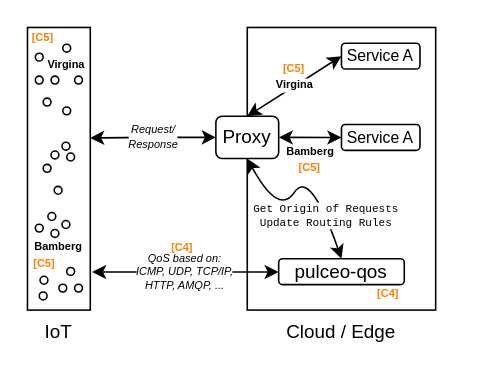
The draw.io diagram page "contributions-p-ii" (2 of 3) of src/assets/pulceo-high-level-overview.drawio in spboehm/pulceo-docs, before the edit. Source tidied: cells renumbered, new cells numbered last; positions are measured from the earlier drawing's top-left corner, leaving out a move shared by most shapes. Both pictures are drawn from the tidied source at 157%, with x=0, y=0 at pixel (27, 27).
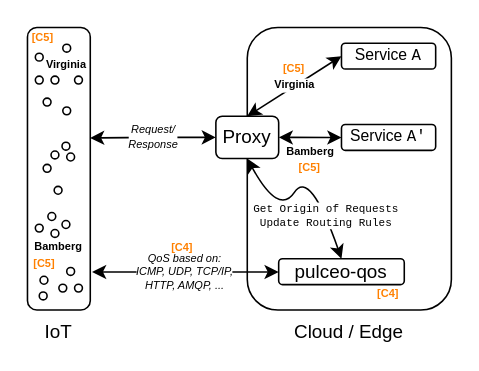
After the change.

Unchanged cells that the change refers to:
```xml
<mxCell id="30" value="Proxy" style="rounded=1;whiteSpace=wrap;html=1;labelBackgroundColor=none;fontColor=default;fillColor=default;" parent="1" vertex="1">
  <mxGeometry x="120" y="56.5" width="40" height="27" as="geometry" />
</mxCell>
```

Diff of the diagram source:
```diff
@@
-    <mxCell id="2" value="Cloud / Edge" style="rounded=0;whiteSpace=wrap;html=1;labelBackgroundColor=none;fontColor=default;labelPosition=center;verticalLabelPosition=bottom;align=center;verticalAlign=top;fillColor=none;" parent="1" vertex="1">
-      <mxGeometry x="140" width="120" height="180" as="geometry" />
+    <mxCell id="2" value="Cloud / Edge" style="rounded=1;whiteSpace=wrap;html=1;labelBackgroundColor=none;fontColor=default;labelPosition=center;verticalLabelPosition=bottom;align=center;verticalAlign=top;fillColor=none;" parent="1" vertex="1">
+      <mxGeometry x="140" width="130" height="180" as="geometry" />
     </mxCell>
-    <mxCell id="3" style="group;" parent="1" vertex="1">
+    <mxCell id="3" style="group;rounded=0;" parent="1" vertex="1">
       <mxGeometry width="80" height="180" as="geometry" />
     </mxCell>
-    <mxCell id="4" value="IoT" style="rounded=0;whiteSpace=wrap;html=1;labelBackgroundColor=none;fontColor=default;verticalAlign=top;labelPosition=center;verticalLabelPosition=bottom;align=center;" parent="3" vertex="1">
+    <mxCell id="4" value="IoT" style="rounded=1;whiteSpace=wrap;html=1;labelBackgroundColor=none;fontColor=default;verticalAlign=top;labelPosition=center;verticalLabelPosition=bottom;align=center;" parent="3" vertex="1">
       <mxGeometry width="40" height="180" as="geometry" />
     </mxCell>
@@
-    <mxCell id="17" value="Virgina" style="text;html=1;strokeColor=none;fillColor=none;align=center;verticalAlign=middle;whiteSpace=wrap;rounded=0;labelBackgroundColor=none;fontSize=7;fontColor=#000000;fontStyle=1;" parent="3" vertex="1">
+    <mxCell id="17" value="Virginia" style="text;html=1;strokeColor=none;fillColor=none;align=center;verticalAlign=middle;whiteSpace=wrap;rounded=0;labelBackgroundColor=none;fontSize=7;fontColor=#000000;fontStyle=1;" parent="3" vertex="1">
       <mxGeometry x="15" y="16.4" width="20" height="14.6" as="geometry" />
     </mxCell>
@@
-    <mxCell id="33" value="Service A" style="rounded=1;whiteSpace=wrap;html=1;labelBackgroundColor=none;fontSize=10;fontColor=default;fillColor=default;" parent="1" vertex="1">
-      <mxGeometry x="200" y="10" width="50" height="16.5" as="geometry" />
+    <mxCell id="33" value="Service &lt;font face=&quot;Courier New&quot;&gt;A&lt;/font&gt;" style="rounded=1;whiteSpace=wrap;html=1;labelBackgroundColor=none;fontSize=10;fontColor=default;fillColor=default;" parent="1" vertex="1">
+      <mxGeometry x="200" y="10" width="60" height="16.5" as="geometry" />
     </mxCell>
-    <mxCell id="34" value="Service A" style="rounded=1;whiteSpace=wrap;html=1;labelBackgroundColor=none;fontSize=10;fontColor=default;fillColor=default;" parent="1" vertex="1">
-      <mxGeometry x="200" y="61.8" width="50" height="16.5" as="geometry" />
+    <mxCell id="34" value="Service &lt;font face=&quot;Courier New&quot;&gt;A'&lt;/font&gt;" style="rounded=1;whiteSpace=wrap;html=1;labelBackgroundColor=none;fontSize=10;fontColor=default;fillColor=default;fontFamily=Helvetica;" parent="1" vertex="1">
+      <mxGeometry x="200" y="61.8" width="60" height="16.5" as="geometry" />
     </mxCell>
@@
-    <mxCell id="37" value="Virgina" style="endArrow=classic;html=1;rounded=0;labelBackgroundColor=default;sketch=0;strokeColor=default;fontSize=7;fontColor=#000000;exitX=0.5;exitY=0;exitDx=0;exitDy=0;entryX=0;entryY=0.5;entryDx=0;entryDy=0;startArrow=classic;startFill=1;fontStyle=1;" parent="1" edge="1" source="30" target="33">
+    <mxCell id="37" value="Virginia" style="endArrow=classic;html=1;rounded=0;labelBackgroundColor=default;sketch=0;strokeColor=default;fontSize=7;fontColor=#000000;exitX=0.5;exitY=0;exitDx=0;exitDy=0;entryX=0;entryY=0.5;entryDx=0;entryDy=0;startArrow=classic;startFill=1;fontStyle=1;" parent="1" edge="1" source="30" target="33">
       <mxGeometry relative="1" as="geometry" />
     </mxCell>
```
